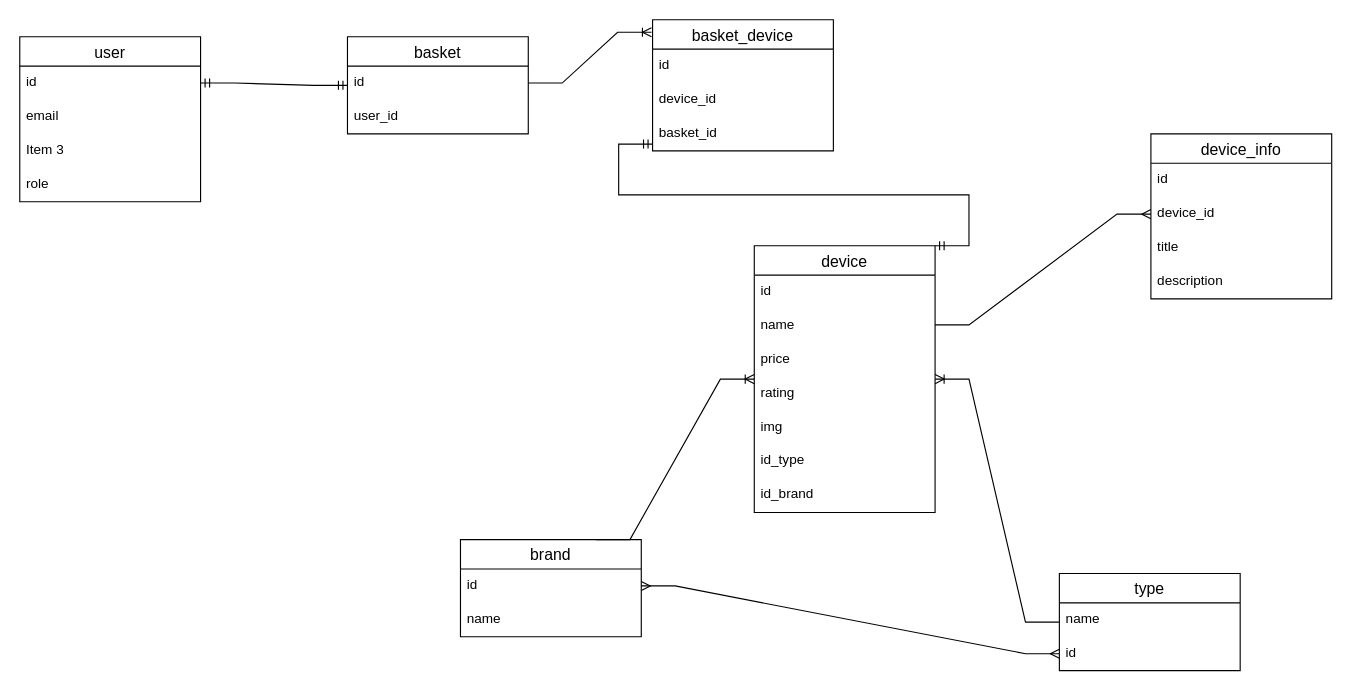
Earlier version of the draw.io diagram store_02_12_2023/store.drawio (OlegGrn/draw_io). Source tidied: cells renumbered, new cells numbered last; positions are measured from the earlier drawing's top-left corner, leaving out a move shared by most shapes. Both pictures are drawn from the tidied source at 113%, with x=0, y=0 at pixel (19, 19).
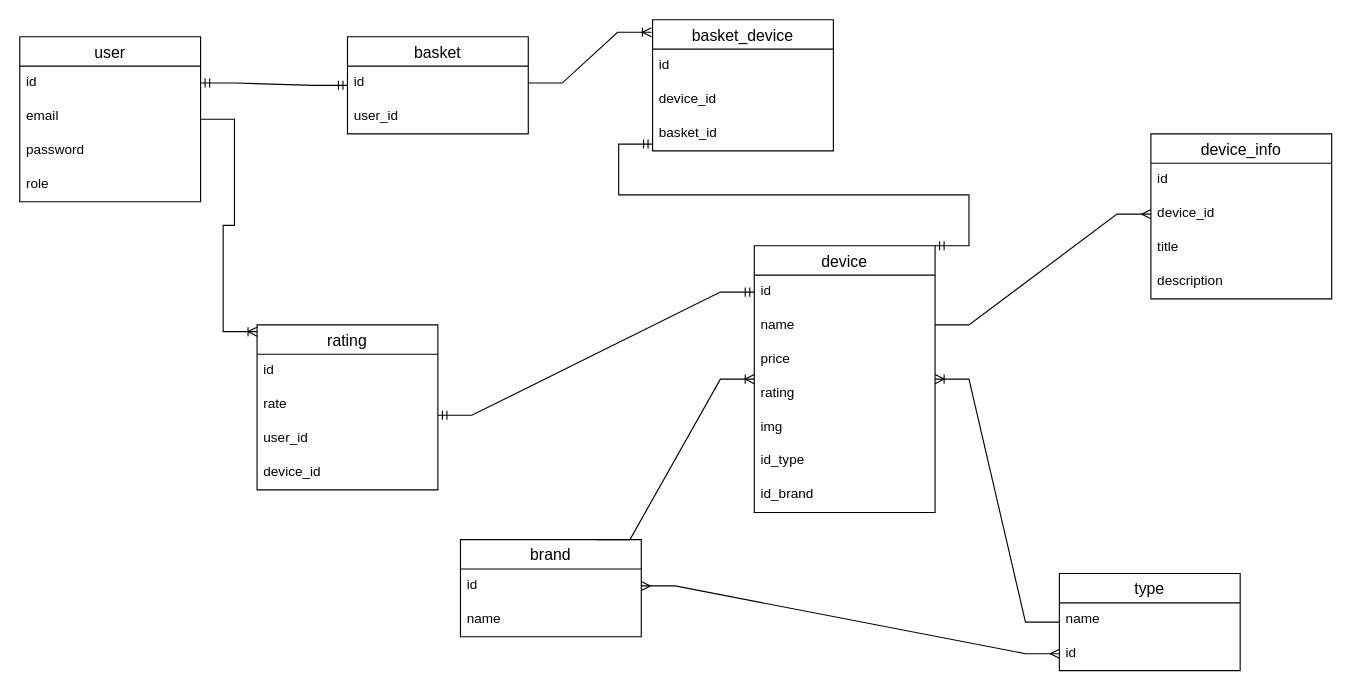
Above is the later version.

Unchanged cells that the change refers to:
```xml
<mxCell id="2" value="user" style="swimlane;fontStyle=0;horizontal=1;startSize=26;align=center;fontSize=14;" parent="1" vertex="1">
  <mxGeometry y="15" width="160" height="146" as="geometry" />
</mxCell>
<mxCell id="12" value="id" style="text;strokeColor=none;fillColor=none;spacingLeft=4;spacingRight=4;overflow=hidden;points=[[0,0.5],[1,0.5]];portConstraint=eastwest;fontSize=12;whiteSpace=wrap;html=1;" parent="11" vertex="1">
  <mxGeometry y="26" width="160" height="30" as="geometry" />
</mxCell>
```

Change to the diagram source:
```diff
@@
-    <mxCell id="5" value="Item 3" style="text;strokeColor=none;fillColor=none;spacingLeft=4;spacingRight=4;overflow=hidden;fontSize=12;whiteSpace=wrap;html=1;" parent="2" vertex="1">
+    <mxCell id="5" value="password" style="text;strokeColor=none;fillColor=none;spacingLeft=4;spacingRight=4;overflow=hidden;fontSize=12;whiteSpace=wrap;html=1;" parent="2" vertex="1">
       <mxGeometry y="86" width="160" height="30" as="geometry" />
     </mxCell>
@@
+    <mxCell id="40" value="rating" style="swimlane;fontStyle=0;horizontal=1;startSize=26;align=center;fontSize=14;" parent="1" vertex="1">
+      <mxGeometry x="210" y="270" width="160" height="146" as="geometry" />
+    </mxCell>
+    <mxCell id="41" value="id" style="text;strokeColor=none;fillColor=none;spacingLeft=4;spacingRight=4;overflow=hidden;fontSize=12;whiteSpace=wrap;html=1;" parent="40" vertex="1">
+      <mxGeometry y="26" width="160" height="30" as="geometry" />
+    </mxCell>
+    <mxCell id="42" value="rate" style="text;strokeColor=none;fillColor=none;spacingLeft=4;spacingRight=4;overflow=hidden;fontSize=12;whiteSpace=wrap;html=1;" parent="40" vertex="1">
+      <mxGeometry y="56" width="160" height="30" as="geometry" />
+    </mxCell>
+    <mxCell id="43" value="user_id" style="text;strokeColor=none;fillColor=none;spacingLeft=4;spacingRight=4;overflow=hidden;fontSize=12;whiteSpace=wrap;html=1;" parent="40" vertex="1">
+      <mxGeometry y="86" width="160" height="30" as="geometry" />
+    </mxCell>
+    <mxCell id="44" value="device_id" style="text;strokeColor=none;fillColor=none;spacingLeft=4;spacingRight=4;overflow=hidden;fontSize=12;whiteSpace=wrap;html=1;" parent="40" vertex="1">
+      <mxGeometry y="116" width="160" height="30" as="geometry" />
+    </mxCell>
+    <mxCell id="45" style="edgeStyle=entityRelationEdgeStyle;fontSize=12;html=1;endArrow=ERoneToMany;rounded=0;" parent="1" edge="1" source="2">
+      <mxGeometry relative="1" as="geometry">
+        <mxPoint x="210" y="276" as="targetPoint" />
+      </mxGeometry>
+    </mxCell>
+    <mxCell id="46" style="edgeStyle=entityRelationEdgeStyle;fontSize=12;html=1;endArrow=ERmandOne;startArrow=ERmandOne;rounded=0;entryX=0;entryY=0.5;entryDx=0;entryDy=0;" parent="1" edge="1" target="12">
+      <mxGeometry relative="1" as="geometry">
+        <mxPoint x="370" y="350" as="sourcePoint" />
+      </mxGeometry>
+    </mxCell>
```
